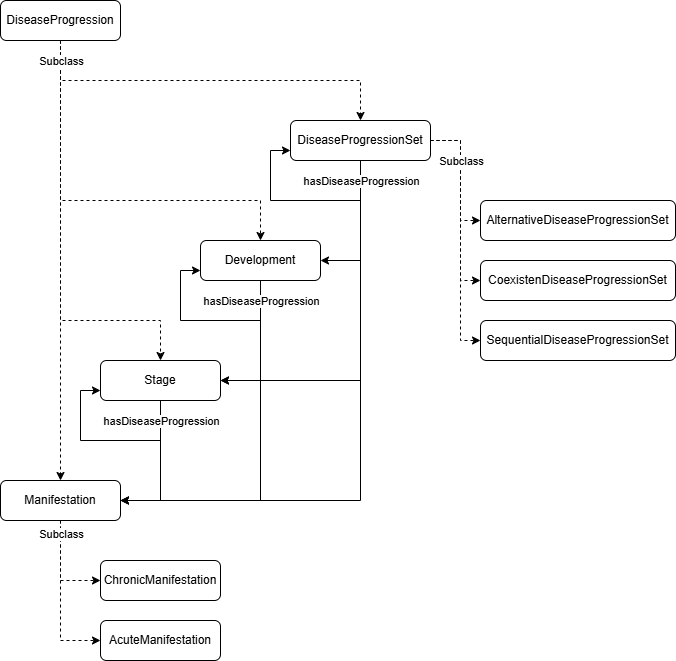
The draw.io diagram docs-src/img/osdi_disease_progression.png in ontologies-ULL/OSDi, before a commit. Source tidied: cells renumbered, new cells last; positions are measured from the earlier drawing's top-left corner, leaving out a move shared by most shapes.
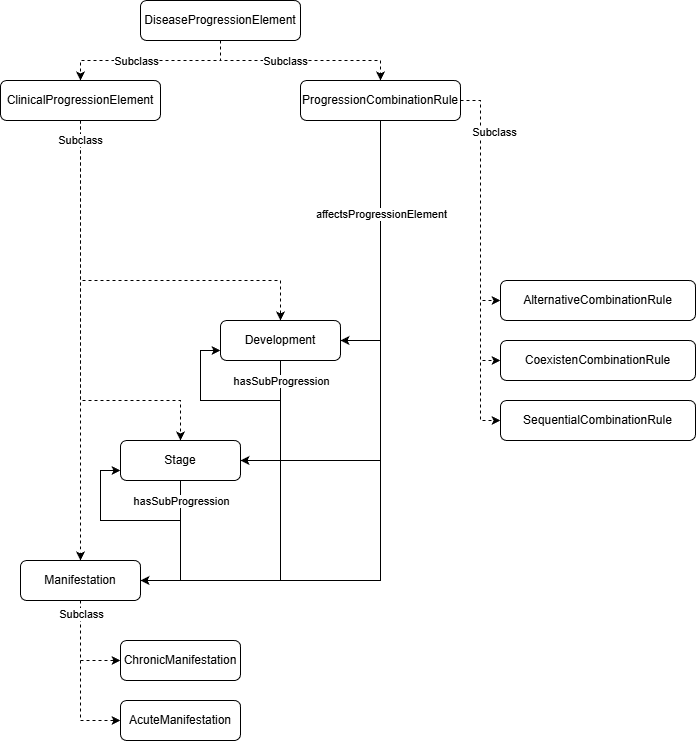
The same diagram one commit later.

Change to the diagram source:
```diff
@@ -5,15 +5,6 @@
     <mxCell id="2" style="edgeStyle=orthogonalEdgeStyle;rounded=0;jettySize=auto;html=1;exitX=0.5;exitY=1;exitDx=0;exitDy=0;entryX=1;entryY=0.5;entryDx=0;entryDy=0;" parent="1" edge="1" source="4" target="9">
       <mxGeometry relative="1" as="geometry" />
     </mxCell>
-    <mxCell id="3" style="edgeStyle=orthogonalEdgeStyle;rounded=0;orthogonalLoop=1;jettySize=auto;html=1;exitX=0.5;exitY=1;exitDx=0;exitDy=0;entryX=0;entryY=0.75;entryDx=0;entryDy=0;" parent="1" edge="1" source="13" target="13">
-      <mxGeometry relative="1" as="geometry">
-        <Array as="points">
-          <mxPoint x="360" y="200" />
-          <mxPoint x="270" y="200" />
-          <mxPoint x="270" y="150" />
-        </Array>
-      </mxGeometry>
-    </mxCell>
     <mxCell id="4" value="Development" style="rounded=1;whiteSpace=wrap;html=1;" parent="1" vertex="1">
       <mxGeometry x="200" y="240" width="120" height="40" as="geometry" />
     </mxCell>
@@ -42,19 +33,19 @@
     <mxCell id="11" value="ChronicManifestation" style="rounded=1;whiteSpace=wrap;html=1;" parent="1" vertex="1">
       <mxGeometry x="100" y="560" width="120" height="40" as="geometry" />
     </mxCell>
-    <mxCell id="12" value="DiseaseProgression" style="rounded=1;whiteSpace=wrap;html=1;" parent="1" vertex="1">
-      <mxGeometry width="120" height="40" as="geometry" />
+    <mxCell id="12" value="ClinicalProgressionElement" style="rounded=1;whiteSpace=wrap;html=1;" parent="1" vertex="1">
+      <mxGeometry x="-20" width="160" height="40" as="geometry" />
     </mxCell>
-    <mxCell id="13" value="DiseaseProgressionSet" style="rounded=1;whiteSpace=wrap;html=1;" parent="1" vertex="1">
-      <mxGeometry x="290" y="120" width="140" height="40" as="geometry" />
+    <mxCell id="13" value="ProgressionCombinationRule" style="rounded=1;whiteSpace=wrap;html=1;" parent="1" vertex="1">
+      <mxGeometry x="280" width="160" height="40" as="geometry" />
     </mxCell>
-    <mxCell id="14" value="AlternativeDiseaseProgressionSet" style="rounded=1;whiteSpace=wrap;html=1;" parent="1" vertex="1">
+    <mxCell id="14" value="AlternativeCombinationRule" style="rounded=1;whiteSpace=wrap;html=1;" parent="1" vertex="1">
       <mxGeometry x="480" y="200" width="195" height="40" as="geometry" />
     </mxCell>
-    <mxCell id="15" value="CoexistenDiseaseProgressionSet" style="rounded=1;whiteSpace=wrap;html=1;" parent="1" vertex="1">
+    <mxCell id="15" value="CoexistenCombinationRule" style="rounded=1;whiteSpace=wrap;html=1;" parent="1" vertex="1">
       <mxGeometry x="480" y="260" width="195" height="40" as="geometry" />
     </mxCell>
-    <mxCell id="16" value="SequentialDiseaseProgressionSet" style="rounded=1;whiteSpace=wrap;html=1;" parent="1" vertex="1">
+    <mxCell id="16" value="SequentialCombinationRule" style="rounded=1;whiteSpace=wrap;html=1;" parent="1" vertex="1">
       <mxGeometry x="480" y="320" width="195" height="40" as="geometry" />
     </mxCell>
     <mxCell id="17" style="edgeStyle=orthogonalEdgeStyle;rounded=0;jettySize=auto;html=1;exitX=0.5;exitY=1;exitDx=0;exitDy=0;entryX=1;entryY=0.5;entryDx=0;entryDy=0;" parent="1" edge="1" source="13" target="5">
@@ -66,7 +57,7 @@
     <mxCell id="19" style="edgeStyle=orthogonalEdgeStyle;rounded=0;jettySize=auto;html=1;exitX=0.5;exitY=1;exitDx=0;exitDy=0;entryX=1;entryY=0.5;entryDx=0;entryDy=0;" parent="1" edge="1" source="13" target="4">
       <mxGeometry relative="1" as="geometry" />
     </mxCell>
-    <mxCell id="20" value="hasDiseaseProgression" style="edgeLabel;html=1;align=center;verticalAlign=middle;" parent="19" vertex="1">
+    <mxCell id="20" value="affectsProgressionElement" style="edgeLabel;html=1;align=center;verticalAlign=middle;" parent="19" vertex="1">
       <mxGeometry x="0.22" y="1" relative="1" as="geometry">
         <mxPoint x="-1" y="-65" as="offset" />
       </mxGeometry>
@@ -83,7 +74,7 @@
     <mxCell id="22" style="edgeStyle=orthogonalEdgeStyle;rounded=0;jettySize=auto;html=1;exitX=0.5;exitY=1;exitDx=0;exitDy=0;entryX=1;entryY=0.5;entryDx=0;entryDy=0;" parent="1" edge="1" source="4" target="5">
       <mxGeometry relative="1" as="geometry" />
     </mxCell>
-    <mxCell id="23" value="hasDiseaseProgression" style="edgeLabel;html=1;align=center;verticalAlign=middle;" parent="22" vertex="1">
+    <mxCell id="23" value="hasSubP&lt;span style=&quot;background-color: light-dark(#ffffff, var(--ge-dark-color, #121212)); color: light-dark(rgb(0, 0, 0), rgb(255, 255, 255));&quot;&gt;rogression&lt;/span&gt;" style="edgeLabel;html=1;align=center;verticalAlign=middle;" parent="22" vertex="1">
       <mxGeometry x="0.22" y="1" relative="1" as="geometry">
         <mxPoint x="-1" y="-65" as="offset" />
       </mxGeometry>
@@ -107,17 +98,15 @@
     <mxCell id="26" style="edgeStyle=orthogonalEdgeStyle;rounded=0;jettySize=auto;html=1;dashed=1;exitX=0.5;exitY=1;exitDx=0;exitDy=0;entryX=0.5;entryY=0;entryDx=0;entryDy=0;" parent="1" edge="1" source="12" target="9">
       <mxGeometry relative="1" as="geometry" />
     </mxCell>
+    <mxCell id="36" value="Subclass" style="edgeLabel;html=1;align=center;verticalAlign=middle;" parent="26" vertex="1">
+      <mxGeometry x="-0.91" y="-1" relative="1" as="geometry" />
+    </mxCell>
-    <mxCell id="27" style="edgeStyle=orthogonalEdgeStyle;rounded=0;jettySize=auto;html=1;dashed=1;exitX=0.5;exitY=1;exitDx=0;exitDy=0;entryX=0.5;entryY=0;entryDx=0;entryDy=0;" parent="1" edge="1" source="12" target="13">
-      <mxGeometry relative="1" as="geometry">
-        <Array as="points">
-          <mxPoint x="60" y="80" />
-          <mxPoint x="360" y="80" />
-        </Array>
-      </mxGeometry>
+    <mxCell id="27" style="rounded=0;jettySize=auto;html=1;dashed=1;exitX=0.5;exitY=1;exitDx=0;exitDy=0;entryX=0.5;entryY=0;entryDx=0;entryDy=0;edgeStyle=orthogonalEdgeStyle;" parent="1" edge="1" source="37" target="13">
+      <mxGeometry relative="1" as="geometry" />
     </mxCell>
     <mxCell id="28" value="Subclass" style="edgeLabel;html=1;align=center;verticalAlign=middle;" parent="27" vertex="1">
       <mxGeometry x="-0.75" y="1" relative="1" as="geometry">
-        <mxPoint x="-7" y="-19" as="offset" />
+        <mxPoint x="59" y="1" as="offset" />
       </mxGeometry>
     </mxCell>
     <mxCell id="29" style="edgeStyle=orthogonalEdgeStyle;rounded=0;orthogonalLoop=1;jettySize=auto;html=1;entryX=0;entryY=0.75;entryDx=0;entryDy=0;exitX=0.5;exitY=1;exitDx=0;exitDy=0;" parent="1" edge="1" source="5" target="5">
@@ -132,7 +121,7 @@
     <mxCell id="30" style="edgeStyle=orthogonalEdgeStyle;rounded=0;jettySize=auto;html=1;exitX=0.5;exitY=1;exitDx=0;exitDy=0;entryX=1;entryY=0.5;entryDx=0;entryDy=0;" parent="1" edge="1" source="5" target="9">
       <mxGeometry relative="1" as="geometry" />
     </mxCell>
-    <mxCell id="31" value="hasDiseaseProgression" style="edgeLabel;html=1;align=center;verticalAlign=middle;" parent="30" vertex="1">
+    <mxCell id="31" value="hasSubProgression" style="edgeLabel;html=1;align=center;verticalAlign=middle;" parent="30" vertex="1">
       <mxGeometry x="0.22" y="1" relative="1" as="geometry">
         <mxPoint x="-1" y="-65" as="offset" />
       </mxGeometry>
@@ -140,7 +129,7 @@
     <mxCell id="32" style="edgeStyle=orthogonalEdgeStyle;rounded=0;jettySize=auto;html=1;entryX=0;entryY=0.5;entryDx=0;entryDy=0;dashed=1;exitX=1;exitY=0.5;exitDx=0;exitDy=0;" parent="1" edge="1" source="13" target="15">
       <mxGeometry relative="1" as="geometry">
         <Array as="points">
-          <mxPoint x="460" y="140" />
+          <mxPoint x="460" y="20" />
           <mxPoint x="460" y="280" />
         </Array>
       </mxGeometry>
@@ -148,7 +137,7 @@
     <mxCell id="33" style="edgeStyle=orthogonalEdgeStyle;rounded=0;jettySize=auto;html=1;entryX=0;entryY=0.5;entryDx=0;entryDy=0;dashed=1;exitX=1;exitY=0.5;exitDx=0;exitDy=0;" parent="1" edge="1" source="13" target="16">
       <mxGeometry relative="1" as="geometry">
         <Array as="points">
-          <mxPoint x="460" y="140" />
+          <mxPoint x="460" y="20" />
           <mxPoint x="460" y="340" />
         </Array>
       </mxGeometry>
@@ -156,7 +145,7 @@
     <mxCell id="34" style="edgeStyle=orthogonalEdgeStyle;rounded=0;jettySize=auto;html=1;dashed=1;exitX=1;exitY=0.5;exitDx=0;exitDy=0;entryX=0;entryY=0.5;entryDx=0;entryDy=0;" parent="1" edge="1" source="13" target="14">
       <mxGeometry relative="1" as="geometry">
         <Array as="points">
-          <mxPoint x="460" y="140" />
+          <mxPoint x="460" y="20" />
           <mxPoint x="460" y="220" />
         </Array>
       </mxGeometry>
@@ -166,5 +155,16 @@
         <mxPoint x="13" y="20" as="offset" />
       </mxGeometry>
     </mxCell>
+    <mxCell id="37" value="DiseaseProgressionElement" style="rounded=1;whiteSpace=wrap;html=1;" parent="1" vertex="1">
+      <mxGeometry x="120" y="-80" width="160" height="40" as="geometry" />
+    </mxCell>
+    <mxCell id="38" style="rounded=0;jettySize=auto;html=1;dashed=1;entryX=0.5;entryY=0;entryDx=0;entryDy=0;exitX=0.5;exitY=1;exitDx=0;exitDy=0;edgeStyle=orthogonalEdgeStyle;" parent="1" edge="1" source="37" target="12">
+      <mxGeometry relative="1" as="geometry" />
+    </mxCell>
+    <mxCell id="39" value="Subclass" style="edgeLabel;html=1;align=center;verticalAlign=middle;" parent="38" vertex="1">
+      <mxGeometry x="-0.75" y="1" relative="1" as="geometry">
+        <mxPoint x="-83" y="-1" as="offset" />
+      </mxGeometry>
+    </mxCell>
   </root>
 </mxGraphModel>
```
